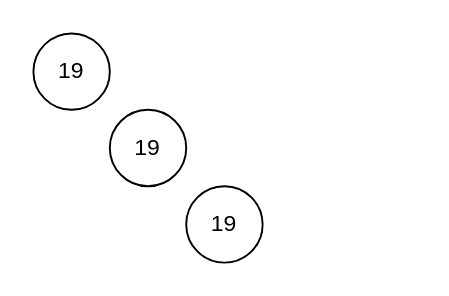
The draw.io diagram Tree.drawio in gangxing/drawio, before the edit. Source tidied: cells renumbered, new cells numbered last; positions are measured from the earlier drawing's top-left corner, leaving out a move shared by most shapes. Both pictures are drawn from the tidied source at 191%, with x=0, y=0 at pixel (32, 32).
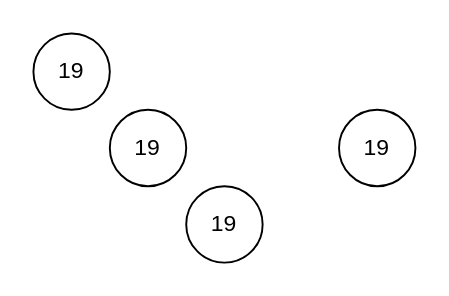
The same page after the edit.

Change to the diagram source:
```diff
@@
 <mxGraphModel>
   <root>
     <mxCell id="0" />
     <mxCell id="1" parent="0" />
     <mxCell id="2" value="19" style="ellipse;whiteSpace=wrap;html=1;" parent="1" vertex="1">
       <mxGeometry width="40" height="40" as="geometry" />
     </mxCell>
     <mxCell id="3" value="19" style="ellipse;whiteSpace=wrap;html=1;" parent="1" vertex="1">
       <mxGeometry x="40" y="40" width="40" height="40" as="geometry" />
     </mxCell>
     <mxCell id="4" value="19" style="ellipse;whiteSpace=wrap;html=1;" parent="1" vertex="1">
       <mxGeometry x="80" y="80" width="40" height="40" as="geometry" />
     </mxCell>
+    <mxCell id="5" value="19" style="ellipse;whiteSpace=wrap;html=1;" parent="1" vertex="1">
+      <mxGeometry x="160" y="40" width="40" height="40" as="geometry" />
+    </mxCell>
   </root>
 </mxGraphModel>
```
